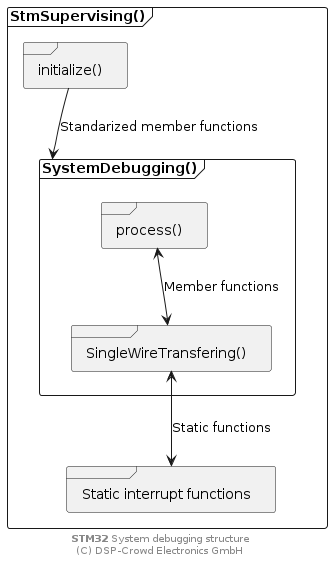
Above: doc/system/stm32-system-debugging.png in NoOrientationProgramming/hello-world-stm32 (PlantUML), before the change.
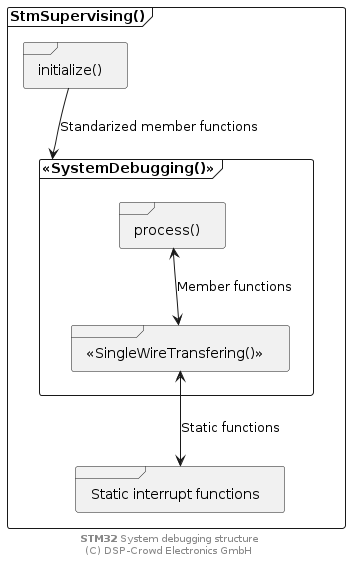
Above is the later version.

What changed in the source:
```diff
@@ -4,10 +4,10 @@
 
   frame "initialize()" as pInit
 
-  frame "SystemDebugging()" as pDbg {
+  frame "<<SystemDebugging()>>" as pDbg {
 
     frame "process()" as pProc
-    frame "SingleWireTransfering()" as pSwt
+    frame "<<SingleWireTransfering()>>" as pSwt
   }
 
   frame "Static interrupt functions" as pInt
```
